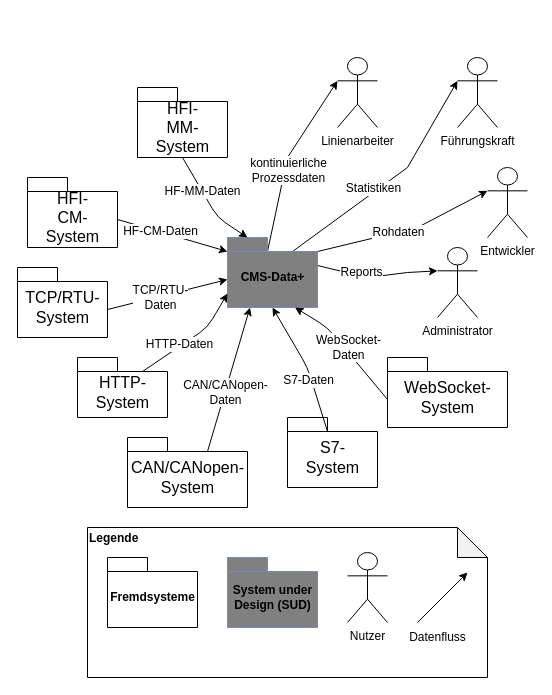
This is Graphics/fachliche_kontextabgrenzung.drawio from Boneau2007/Softwarearchitektur, a draw.io file, before an edit. Source tidied: cells renumbered, new cells numbered last; positions are measured from the earlier drawing's top-left corner, leaving out a move shared by most shapes. Both pictures are drawn from the tidied source at 100%, with x=0, y=0 at pixel (17, 57).
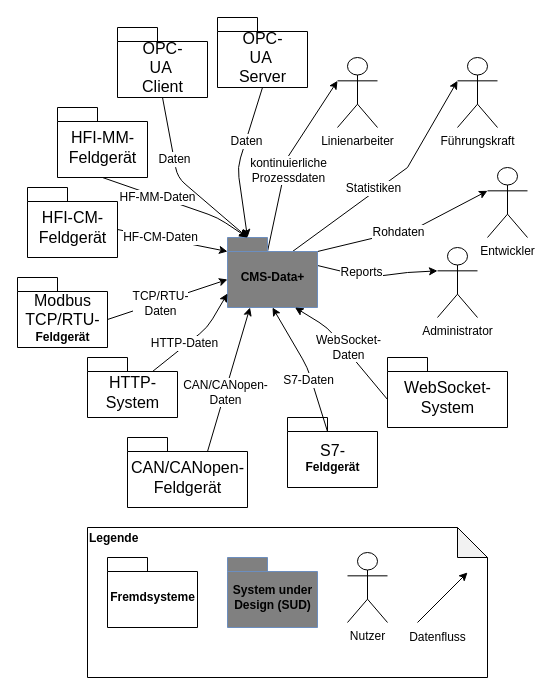
Above is the later version.

Commit message (it also covers changes not shown here):
Indizierung der Vorlesung angepasst und kontextabgrenzung finalisiert

The change refers to these unchanged cells:
```xml
<mxCell id="11" value="CMS-Data+" style="shape=folder;fontStyle=1;spacingTop=10;tabWidth=40;tabHeight=14;tabPosition=left;html=1;fillColor=#808080;strokeColor=#6c8ebf;" parent="1" vertex="1">
  <mxGeometry x="210" y="180" width="90" height="70" as="geometry" />
</mxCell>
```

The edit, as a diff of the source:
```diff
@@
-    <mxCell id="12" value="&lt;div&gt;&lt;span style=&quot;font-size: 12pt ; font-family: &amp;#34;arial&amp;#34; ; color: #000000 ; background-color: transparent ; font-weight: 400 ; font-style: normal ; font-variant: normal ; text-decoration: none ; vertical-align: baseline ; white-space: pre ; white-space: pre-wrap&quot; id=&quot;docs-internal-guid-ba36a42b-7fff-0b3a-7c3d-b85add60c474&quot;&gt;&lt;span style=&quot;font-size: 12pt ; font-family: &amp;#34;arial&amp;#34; ; color: #000000 ; background-color: transparent ; font-weight: 400 ; font-style: normal ; font-variant: normal ; text-decoration: none ; vertical-align: baseline ; white-space: pre ; white-space: pre-wrap&quot; id=&quot;docs-internal-guid-3551c708-7fff-bdae-8212-c97b4d2a6527&quot;&gt;HFI-CM&lt;/span&gt;-&lt;/span&gt;&lt;/div&gt;&lt;div&gt;&lt;span style=&quot;font-size: 12pt ; font-family: &amp;#34;arial&amp;#34; ; color: #000000 ; background-color: transparent ; font-weight: 400 ; font-style: normal ; font-variant: normal ; text-decoration: none ; vertical-align: baseline ; white-space: pre ; white-space: pre-wrap&quot; id=&quot;docs-internal-guid-ba36a42b-7fff-0b3a-7c3d-b85add60c474&quot;&gt;System&lt;/span&gt;&lt;/div&gt;" style="shape=folder;fontStyle=1;spacingTop=10;tabWidth=40;tabHeight=14;tabPosition=left;html=1;" parent="1" vertex="1">
-      <mxGeometry x="10" y="120" width="90" height="70" as="geometry" />
+    <mxCell id="12" value="&lt;div&gt;&lt;span style=&quot;font-size: 12pt ; font-family: &amp;#34;arial&amp;#34; ; color: #000000 ; background-color: transparent ; font-weight: 400 ; font-style: normal ; font-variant: normal ; text-decoration: none ; vertical-align: baseline ; white-space: pre ; white-space: pre-wrap&quot; id=&quot;docs-internal-guid-ba36a42b-7fff-0b3a-7c3d-b85add60c474&quot;&gt;&lt;span style=&quot;font-size: 12pt ; font-family: &amp;#34;arial&amp;#34; ; color: #000000 ; background-color: transparent ; font-weight: 400 ; font-style: normal ; font-variant: normal ; text-decoration: none ; vertical-align: baseline ; white-space: pre ; white-space: pre-wrap&quot; id=&quot;docs-internal-guid-3551c708-7fff-bdae-8212-c97b4d2a6527&quot;&gt;HFI-CM&lt;/span&gt;-&lt;/span&gt;&lt;/div&gt;&lt;div&gt;&lt;span style=&quot;font-size: 12pt ; font-family: &amp;#34;arial&amp;#34; ; color: #000000 ; background-color: transparent ; font-weight: 400 ; font-style: normal ; font-variant: normal ; text-decoration: none ; vertical-align: baseline ; white-space: pre ; white-space: pre-wrap&quot; id=&quot;docs-internal-guid-ba36a42b-7fff-0b3a-7c3d-b85add60c474&quot;&gt;Feldgerät&lt;/span&gt;&lt;/div&gt;" style="shape=folder;fontStyle=1;spacingTop=10;tabWidth=40;tabHeight=14;tabPosition=left;html=1;" parent="1" vertex="1">
+      <mxGeometry x="10" y="130" width="90" height="70" as="geometry" />
     </mxCell>
-    <mxCell id="13" value="&lt;div&gt;&lt;span style=&quot;font-size: 12pt ; font-family: &amp;#34;arial&amp;#34; ; color: #000000 ; background-color: transparent ; font-weight: 400 ; font-style: normal ; font-variant: normal ; text-decoration: none ; vertical-align: baseline ; white-space: pre ; white-space: pre-wrap&quot; id=&quot;docs-internal-guid-ba36a42b-7fff-0b3a-7c3d-b85add60c474&quot;&gt;&lt;span style=&quot;font-size: 12pt ; font-family: &amp;#34;arial&amp;#34; ; color: #000000 ; background-color: transparent ; font-weight: 400 ; font-style: normal ; font-variant: normal ; text-decoration: none ; vertical-align: baseline ; white-space: pre ; white-space: pre-wrap&quot; id=&quot;docs-internal-guid-f6c081fb-7fff-fbe1-15e1-22df3df1b164&quot;&gt;TCP/RTU&lt;/span&gt;-&lt;/span&gt;&lt;/div&gt;&lt;div&gt;&lt;span style=&quot;font-size: 12pt ; font-family: &amp;#34;arial&amp;#34; ; color: #000000 ; background-color: transparent ; font-weight: 400 ; font-style: normal ; font-variant: normal ; text-decoration: none ; vertical-align: baseline ; white-space: pre ; white-space: pre-wrap&quot; id=&quot;docs-internal-guid-ba36a42b-7fff-0b3a-7c3d-b85add60c474&quot;&gt;System&lt;/span&gt;&lt;/div&gt;" style="shape=folder;fontStyle=1;spacingTop=10;tabWidth=40;tabHeight=14;tabPosition=left;html=1;" parent="1" vertex="1">
-      <mxGeometry y="210" width="90" height="70" as="geometry" />
+    <mxCell id="13" value="&lt;div&gt;&lt;span style=&quot;font-size: 12pt ; font-family: &amp;#34;arial&amp;#34; ; color: #000000 ; background-color: transparent ; font-weight: 400 ; font-style: normal ; font-variant: normal ; text-decoration: none ; vertical-align: baseline ; white-space: pre ; white-space: pre-wrap&quot; id=&quot;docs-internal-guid-ba36a42b-7fff-0b3a-7c3d-b85add60c474&quot;&gt;&lt;span style=&quot;font-size: 12pt ; font-family: &amp;#34;arial&amp;#34; ; color: #000000 ; background-color: transparent ; font-weight: 400 ; font-style: normal ; font-variant: normal ; text-decoration: none ; vertical-align: baseline ; white-space: pre ; white-space: pre-wrap&quot; id=&quot;docs-internal-guid-f6c081fb-7fff-fbe1-15e1-22df3df1b164&quot;&gt;Modbus&lt;/span&gt;&lt;/span&gt;&lt;/div&gt;&lt;div&gt;&lt;span style=&quot;font-size: 12pt ; font-family: &amp;#34;arial&amp;#34; ; color: #000000 ; background-color: transparent ; font-weight: 400 ; font-style: normal ; font-variant: normal ; text-decoration: none ; vertical-align: baseline ; white-space: pre ; white-space: pre-wrap&quot; id=&quot;docs-internal-guid-ba36a42b-7fff-0b3a-7c3d-b85add60c474&quot;&gt;&lt;span style=&quot;font-size: 12pt ; font-family: &amp;#34;arial&amp;#34; ; color: #000000 ; background-color: transparent ; font-weight: 400 ; font-style: normal ; font-variant: normal ; text-decoration: none ; vertical-align: baseline ; white-space: pre ; white-space: pre-wrap&quot; id=&quot;docs-internal-guid-f6c081fb-7fff-fbe1-15e1-22df3df1b164&quot;&gt;TCP/RTU&lt;/span&gt;-&lt;/span&gt;&lt;/div&gt;&lt;div&gt;Feldgerät&lt;/div&gt;" style="shape=folder;fontStyle=1;spacingTop=10;tabWidth=40;tabHeight=14;tabPosition=left;html=1;" parent="1" vertex="1">
+      <mxGeometry y="220" width="90" height="70" as="geometry" />
     </mxCell>
-    <mxCell id="14" value="&lt;div&gt;&lt;span style=&quot;font-size: 12pt ; font-family: &amp;#34;arial&amp;#34; ; color: #000000 ; background-color: transparent ; font-weight: 400 ; font-style: normal ; font-variant: normal ; text-decoration: none ; vertical-align: baseline ; white-space: pre ; white-space: pre-wrap&quot; id=&quot;docs-internal-guid-ba36a42b-7fff-0b3a-7c3d-b85add60c474&quot;&gt;HFI-MM-&lt;/span&gt;&lt;/div&gt;&lt;div&gt;&lt;span style=&quot;font-size: 12pt ; font-family: &amp;#34;arial&amp;#34; ; color: #000000 ; background-color: transparent ; font-weight: 400 ; font-style: normal ; font-variant: normal ; text-decoration: none ; vertical-align: baseline ; white-space: pre ; white-space: pre-wrap&quot; id=&quot;docs-internal-guid-ba36a42b-7fff-0b3a-7c3d-b85add60c474&quot;&gt;System&lt;/span&gt;&lt;/div&gt;" style="shape=folder;fontStyle=1;spacingTop=10;tabWidth=40;tabHeight=14;tabPosition=left;html=1;" parent="1" vertex="1">
-      <mxGeometry x="120" y="30" width="90" height="70" as="geometry" />
+    <mxCell id="14" value="&lt;div&gt;&lt;span style=&quot;font-size: 12pt ; font-family: &amp;#34;arial&amp;#34; ; color: #000000 ; background-color: transparent ; font-weight: 400 ; font-style: normal ; font-variant: normal ; text-decoration: none ; vertical-align: baseline ; white-space: pre ; white-space: pre-wrap&quot; id=&quot;docs-internal-guid-ba36a42b-7fff-0b3a-7c3d-b85add60c474&quot;&gt;HFI-MM-&lt;/span&gt;&lt;/div&gt;&lt;div&gt;&lt;span style=&quot;font-size: 12pt ; font-family: &amp;#34;arial&amp;#34; ; color: #000000 ; background-color: transparent ; font-weight: 400 ; font-style: normal ; font-variant: normal ; text-decoration: none ; vertical-align: baseline ; white-space: pre ; white-space: pre-wrap&quot; id=&quot;docs-internal-guid-ba36a42b-7fff-0b3a-7c3d-b85add60c474&quot;&gt;Feldgerät&lt;/span&gt;&lt;/div&gt;" style="shape=folder;fontStyle=1;spacingTop=10;tabWidth=40;tabHeight=14;tabPosition=left;html=1;" parent="1" vertex="1">
+      <mxGeometry x="40" y="50" width="90" height="70" as="geometry" />
     </mxCell>
-    <mxCell id="15" value="&lt;div&gt;&lt;span style=&quot;font-size: 12pt ; font-family: &amp;#34;arial&amp;#34; ; color: #000000 ; background-color: transparent ; font-weight: 400 ; font-style: normal ; font-variant: normal ; text-decoration: none ; vertical-align: baseline ; white-space: pre ; white-space: pre-wrap&quot; id=&quot;docs-internal-guid-ba36a42b-7fff-0b3a-7c3d-b85add60c474&quot;&gt;&lt;span style=&quot;font-size: 12pt ; font-family: &amp;#34;arial&amp;#34; ; color: #000000 ; background-color: transparent ; font-weight: 400 ; font-style: normal ; font-variant: normal ; text-decoration: none ; vertical-align: baseline ; white-space: pre ; white-space: pre-wrap&quot; id=&quot;docs-internal-guid-97a65820-7fff-3745-3b92-959cffb6397a&quot;&gt;CAN/CANopen&lt;/span&gt;-&lt;/span&gt;&lt;/div&gt;&lt;div&gt;&lt;span style=&quot;font-size: 12pt ; font-family: &amp;#34;arial&amp;#34; ; color: #000000 ; background-color: transparent ; font-weight: 400 ; font-style: normal ; font-variant: normal ; text-decoration: none ; vertical-align: baseline ; white-space: pre ; white-space: pre-wrap&quot; id=&quot;docs-internal-guid-ba36a42b-7fff-0b3a-7c3d-b85add60c474&quot;&gt;System&lt;/span&gt;&lt;/div&gt;" style="shape=folder;fontStyle=1;spacingTop=10;tabWidth=40;tabHeight=14;tabPosition=left;html=1;" parent="1" vertex="1">
+    <mxCell id="15" value="&lt;div&gt;&lt;span style=&quot;font-size: 12pt ; font-family: &amp;#34;arial&amp;#34; ; color: #000000 ; background-color: transparent ; font-weight: 400 ; font-style: normal ; font-variant: normal ; text-decoration: none ; vertical-align: baseline ; white-space: pre ; white-space: pre-wrap&quot; id=&quot;docs-internal-guid-ba36a42b-7fff-0b3a-7c3d-b85add60c474&quot;&gt;&lt;span style=&quot;font-size: 12pt ; font-family: &amp;#34;arial&amp;#34; ; color: #000000 ; background-color: transparent ; font-weight: 400 ; font-style: normal ; font-variant: normal ; text-decoration: none ; vertical-align: baseline ; white-space: pre ; white-space: pre-wrap&quot; id=&quot;docs-internal-guid-97a65820-7fff-3745-3b92-959cffb6397a&quot;&gt;CAN/CANopen&lt;/span&gt;-&lt;/span&gt;&lt;/div&gt;&lt;div&gt;&lt;span style=&quot;font-size: 12pt ; font-family: &amp;#34;arial&amp;#34; ; color: #000000 ; background-color: transparent ; font-weight: 400 ; font-style: normal ; font-variant: normal ; text-decoration: none ; vertical-align: baseline ; white-space: pre ; white-space: pre-wrap&quot; id=&quot;docs-internal-guid-ba36a42b-7fff-0b3a-7c3d-b85add60c474&quot;&gt;Feldgerät&lt;/span&gt;&lt;/div&gt;" style="shape=folder;fontStyle=1;spacingTop=10;tabWidth=40;tabHeight=14;tabPosition=left;html=1;" parent="1" vertex="1">
       <mxGeometry x="110" y="380" width="120" height="70" as="geometry" />
     </mxCell>
-    <mxCell id="16" value="&lt;div&gt;&lt;span style=&quot;font-size: 12pt ; font-family: &amp;#34;arial&amp;#34; ; color: #000000 ; background-color: transparent ; font-weight: 400 ; font-style: normal ; font-variant: normal ; text-decoration: none ; vertical-align: baseline ; white-space: pre ; white-space: pre-wrap&quot; id=&quot;docs-internal-guid-ba36a42b-7fff-0b3a-7c3d-b85add60c474&quot;&gt;&lt;span style=&quot;font-size: 12pt ; font-family: &amp;#34;arial&amp;#34; ; color: #000000 ; background-color: transparent ; font-weight: 400 ; font-style: normal ; font-variant: normal ; text-decoration: none ; vertical-align: baseline ; white-space: pre ; white-space: pre-wrap&quot; id=&quot;docs-internal-guid-8eaf8141-7fff-b0fc-3db6-4fb11198fec7&quot;&gt;S7&lt;/span&gt;-&lt;/span&gt;&lt;/div&gt;&lt;div&gt;&lt;span style=&quot;font-size: 12pt ; font-family: &amp;#34;arial&amp;#34; ; color: #000000 ; background-color: transparent ; font-weight: 400 ; font-style: normal ; font-variant: normal ; text-decoration: none ; vertical-align: baseline ; white-space: pre ; white-space: pre-wrap&quot; id=&quot;docs-internal-guid-ba36a42b-7fff-0b3a-7c3d-b85add60c474&quot;&gt;System&lt;/span&gt;&lt;/div&gt;" style="shape=folder;fontStyle=1;spacingTop=10;tabWidth=40;tabHeight=14;tabPosition=left;html=1;" parent="1" vertex="1">
+    <mxCell id="16" value="&lt;div&gt;&lt;span style=&quot;font-size: 12pt ; font-family: &amp;#34;arial&amp;#34; ; color: #000000 ; background-color: transparent ; font-weight: 400 ; font-style: normal ; font-variant: normal ; text-decoration: none ; vertical-align: baseline ; white-space: pre ; white-space: pre-wrap&quot; id=&quot;docs-internal-guid-ba36a42b-7fff-0b3a-7c3d-b85add60c474&quot;&gt;&lt;span style=&quot;font-size: 12pt ; font-family: &amp;#34;arial&amp;#34; ; color: #000000 ; background-color: transparent ; font-weight: 400 ; font-style: normal ; font-variant: normal ; text-decoration: none ; vertical-align: baseline ; white-space: pre ; white-space: pre-wrap&quot; id=&quot;docs-internal-guid-8eaf8141-7fff-b0fc-3db6-4fb11198fec7&quot;&gt;S7&lt;/span&gt;-&lt;/span&gt;&lt;/div&gt;Feldgerät" style="shape=folder;fontStyle=1;spacingTop=10;tabWidth=40;tabHeight=14;tabPosition=left;html=1;" parent="1" vertex="1">
       <mxGeometry x="270" y="360" width="90" height="70" as="geometry" />
     </mxCell>
     <mxCell id="17" value="&lt;div&gt;&lt;span style=&quot;font-size: 12pt ; font-family: &amp;#34;arial&amp;#34; ; color: #000000 ; background-color: transparent ; font-weight: 400 ; font-style: normal ; font-variant: normal ; text-decoration: none ; vertical-align: baseline ; white-space: pre ; white-space: pre-wrap&quot; id=&quot;docs-internal-guid-ba36a42b-7fff-0b3a-7c3d-b85add60c474&quot;&gt;&lt;span style=&quot;font-size: 12pt ; font-family: &amp;#34;arial&amp;#34; ; color: #000000 ; background-color: transparent ; font-weight: 400 ; font-style: normal ; font-variant: normal ; text-decoration: none ; vertical-align: baseline ; white-space: pre ; white-space: pre-wrap&quot; id=&quot;docs-internal-guid-97a65820-7fff-3745-3b92-959cffb6397a&quot;&gt;HTTP&lt;/span&gt;-&lt;/span&gt;&lt;/div&gt;&lt;div&gt;&lt;span style=&quot;font-size: 12pt ; font-family: &amp;#34;arial&amp;#34; ; color: #000000 ; background-color: transparent ; font-weight: 400 ; font-style: normal ; font-variant: normal ; text-decoration: none ; vertical-align: baseline ; white-space: pre ; white-space: pre-wrap&quot; id=&quot;docs-internal-guid-ba36a42b-7fff-0b3a-7c3d-b85add60c474&quot;&gt;System&lt;/span&gt;&lt;/div&gt;" style="shape=folder;fontStyle=1;spacingTop=10;tabWidth=40;tabHeight=14;tabPosition=left;html=1;" parent="1" vertex="1">
-      <mxGeometry x="60" y="300" width="90" height="60" as="geometry" />
+      <mxGeometry x="70" y="300" width="90" height="60" as="geometry" />
     </mxCell>
@@
+    <mxCell id="43" value="&lt;div&gt;&lt;span style=&quot;font-size: 12pt ; font-family: &amp;#34;arial&amp;#34; ; color: #000000 ; background-color: transparent ; font-weight: 400 ; font-style: normal ; font-variant: normal ; text-decoration: none ; vertical-align: baseline ; white-space: pre ; white-space: pre-wrap&quot; id=&quot;docs-internal-guid-ba36a42b-7fff-0b3a-7c3d-b85add60c474&quot;&gt;OPC-UA &lt;br&gt;&lt;/span&gt;&lt;/div&gt;&lt;div&gt;&lt;span style=&quot;font-size: 12pt ; font-family: &amp;#34;arial&amp;#34; ; color: #000000 ; background-color: transparent ; font-weight: 400 ; font-style: normal ; font-variant: normal ; text-decoration: none ; vertical-align: baseline ; white-space: pre ; white-space: pre-wrap&quot; id=&quot;docs-internal-guid-ba36a42b-7fff-0b3a-7c3d-b85add60c474&quot;&gt;Client&lt;/span&gt;&lt;br&gt;&lt;/div&gt;" style="shape=folder;fontStyle=1;spacingTop=10;tabWidth=40;tabHeight=14;tabPosition=left;html=1;" parent="1" vertex="1">
+      <mxGeometry x="100" y="-30" width="90" height="70" as="geometry" />
+    </mxCell>
+    <mxCell id="44" value="&lt;div&gt;&lt;span style=&quot;font-size: 12pt ; font-family: &amp;#34;arial&amp;#34; ; color: #000000 ; background-color: transparent ; font-weight: 400 ; font-style: normal ; font-variant: normal ; text-decoration: none ; vertical-align: baseline ; white-space: pre ; white-space: pre-wrap&quot; id=&quot;docs-internal-guid-ba36a42b-7fff-0b3a-7c3d-b85add60c474&quot;&gt;OPC-UA &lt;br&gt;&lt;/span&gt;&lt;/div&gt;&lt;div&gt;&lt;span style=&quot;font-size: 12pt ; font-family: &amp;#34;arial&amp;#34; ; color: #000000 ; background-color: transparent ; font-weight: 400 ; font-style: normal ; font-variant: normal ; text-decoration: none ; vertical-align: baseline ; white-space: pre ; white-space: pre-wrap&quot; id=&quot;docs-internal-guid-ba36a42b-7fff-0b3a-7c3d-b85add60c474&quot;&gt;Server&lt;/span&gt;&lt;br&gt;&lt;/div&gt;" style="shape=folder;fontStyle=1;spacingTop=10;tabWidth=40;tabHeight=14;tabPosition=left;html=1;" parent="1" vertex="1">
+      <mxGeometry x="200" y="-40" width="90" height="70" as="geometry" />
+    </mxCell>
+    <mxCell id="45" style="endArrow=classic;html=1;entryX=0;entryY=0;entryDx=20;entryDy=0;entryPerimeter=0;exitX=0.5;exitY=1;exitDx=0;exitDy=0;exitPerimeter=0;" parent="1" edge="1" source="43" target="11">
+      <mxGeometry relative="1" as="geometry">
+        <Array as="points">
+          <mxPoint x="160" y="120" />
+        </Array>
+      </mxGeometry>
+    </mxCell>
+    <mxCell id="46" value="Daten" style="text;html=1;align=center;verticalAlign=middle;labelBackgroundColor=#ffffff;" parent="45" vertex="1">
+      <mxGeometry x="-0.27" relative="1" as="geometry" />
+    </mxCell>
+    <mxCell id="47" style="endArrow=classic;html=1;entryX=0;entryY=0;entryDx=20;entryDy=0;entryPerimeter=0;exitX=0.5;exitY=1;exitDx=0;exitDy=0;exitPerimeter=0;" parent="1" edge="1" source="44" target="11">
+      <mxGeometry relative="1" as="geometry">
+        <Array as="points">
+          <mxPoint x="220" y="110" />
+        </Array>
+      </mxGeometry>
+    </mxCell>
+    <mxCell id="48" value="Daten" style="text;html=1;align=center;verticalAlign=middle;labelBackgroundColor=#ffffff;" parent="47" vertex="1">
+      <mxGeometry x="-0.27" relative="1" as="geometry" />
+    </mxCell>
```
